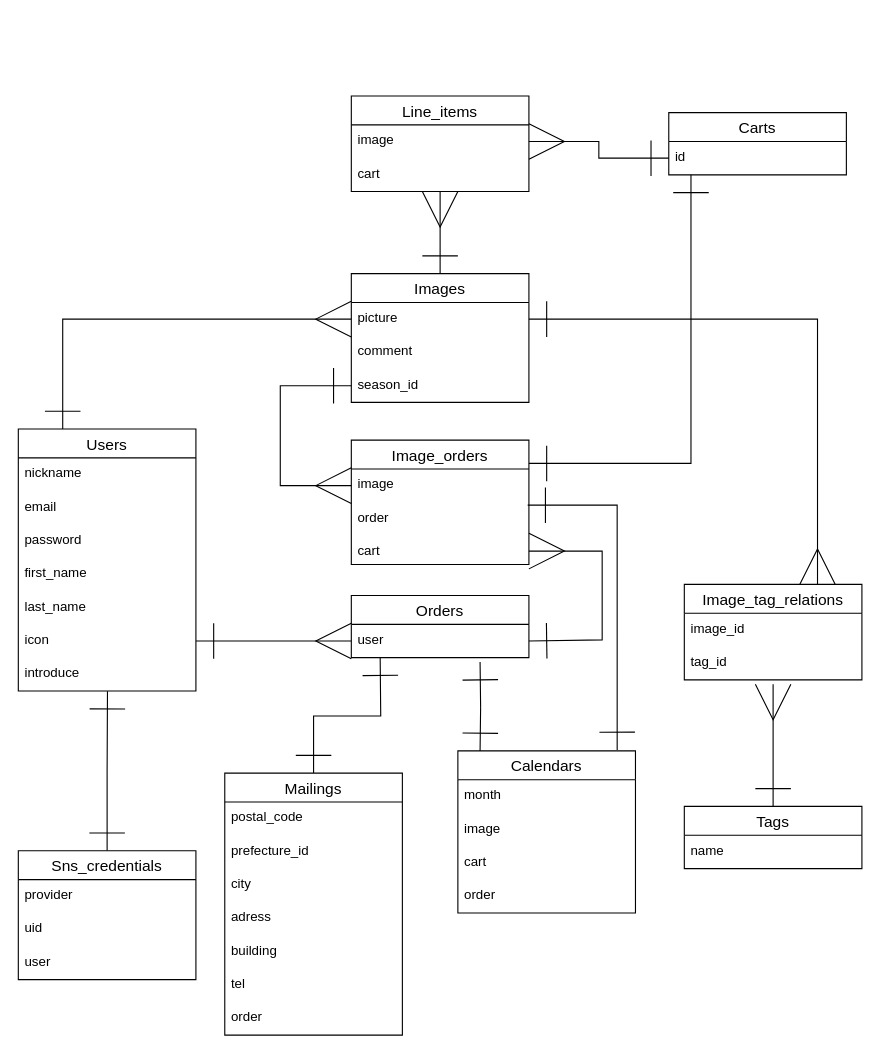
Before: imagecal.dio in phy-homa/imagecal, a draw.io diagram. Source tidied: cells renumbered, new cells numbered last; positions are measured from the earlier drawing's top-left corner, leaving out a move shared by most shapes. Both pictures are drawn from the tidied source at 111%, with x=0, y=0 at pixel (18, 95).
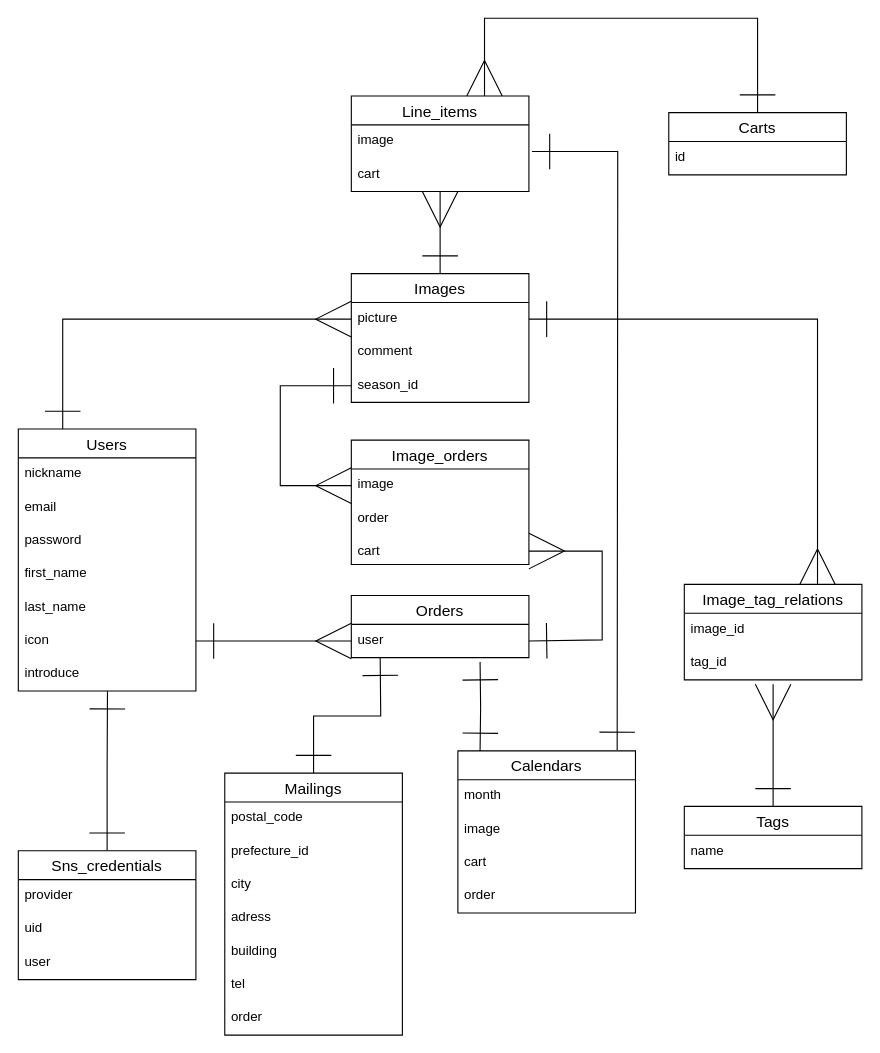
Above is the later version.

The change refers to these unchanged cells:
```xml
<mxCell id="39" value="Line_items" style="swimlane;fontStyle=0;horizontal=1;startSize=26;align=center;fontSize=14;" parent="1" vertex="1">
  <mxGeometry x="300" width="160" height="86" as="geometry" />
</mxCell>
<mxCell id="40" value="image" style="text;strokeColor=none;fillColor=none;spacingLeft=4;spacingRight=4;overflow=hidden;points=[[0,0.5],[1,0.5]];portConstraint=eastwest;fontSize=12;" parent="39" vertex="1">
  <mxGeometry y="26" width="160" height="30" as="geometry" />
</mxCell>
<mxCell id="42" value="Carts" style="swimlane;fontStyle=0;horizontal=1;startSize=26;align=center;fontSize=14;" parent="1" vertex="1">
  <mxGeometry x="586" y="15" width="160" height="56" as="geometry" />
</mxCell>
<mxCell id="43" value="id" style="text;strokeColor=none;fillColor=none;spacingLeft=4;spacingRight=4;overflow=hidden;points=[[0,0.5],[1,0.5]];portConstraint=eastwest;fontSize=12;" parent="42" vertex="1">
  <mxGeometry y="26" width="160" height="30" as="geometry" />
</mxCell>
<mxCell id="48" value="order" style="text;strokeColor=none;fillColor=none;spacingLeft=4;spacingRight=4;overflow=hidden;points=[[0,0.5],[1,0.5]];portConstraint=eastwest;fontSize=12;" parent="46" vertex="1">
  <mxGeometry y="56" width="160" height="30" as="geometry" />
</mxCell>
<mxCell id="53" value="Calendars" style="swimlane;fontStyle=0;horizontal=1;startSize=26;align=center;fontSize=14;" parent="1" vertex="1">
  <mxGeometry x="396" y="590" width="160" height="146" as="geometry" />
</mxCell>
```

The edit, as a diff of the source:
```diff
@@
-    <mxCell id="44" style="edgeStyle=orthogonalEdgeStyle;rounded=0;jettySize=auto;html=1;exitX=1;exitY=0.5;exitDx=0;exitDy=0;endArrow=ERone;endFill=0;entryX=0;entryY=0.5;entryDx=0;entryDy=0;endSize=30;startSize=30;startArrow=ERmany;startFill=0;" parent="1" edge="1" source="40" target="43">
-      <mxGeometry relative="1" as="geometry" />
+    <mxCell id="44" style="edgeStyle=orthogonalEdgeStyle;rounded=0;jettySize=auto;html=1;exitX=0.75;exitY=0;exitDx=0;exitDy=0;endArrow=ERone;endFill=0;entryX=0.5;entryY=0;entryDx=0;entryDy=0;endSize=30;startSize=30;startArrow=ERmany;startFill=0;" parent="1" edge="1" source="39" target="42">
+      <mxGeometry relative="1" as="geometry">
+        <Array as="points">
+          <mxPoint x="420" y="-70" />
+          <mxPoint x="666" y="-70" />
+        </Array>
+      </mxGeometry>
     </mxCell>
@@
-    <mxCell id="58" style="edgeStyle=orthogonalEdgeStyle;rounded=0;orthogonalLoop=1;jettySize=auto;html=1;startArrow=ERone;startFill=0;endArrow=ERone;endFill=0;startSize=30;endSize=30;" parent="1" edge="1">
-      <mxGeometry relative="1" as="geometry">
-        <mxPoint x="460" y="331" as="sourcePoint" />
-        <mxPoint x="606" y="71" as="targetPoint" />
-        <Array as="points">
-          <mxPoint x="606" y="331" />
-        </Array>
-      </mxGeometry>
-    </mxCell>
-    <mxCell id="59" style="edgeStyle=orthogonalEdgeStyle;rounded=0;jettySize=auto;html=1;exitX=0.993;exitY=0.086;exitDx=0;exitDy=0;startArrow=ERone;startFill=0;endArrow=ERone;endFill=0;startSize=30;endSize=30;exitPerimeter=0;entryX=0.897;entryY=-0.006;entryDx=0;entryDy=0;entryPerimeter=0;" parent="1" edge="1" source="48" target="53">
-      <mxGeometry relative="1" as="geometry" />
+    <mxCell id="59" style="edgeStyle=orthogonalEdgeStyle;rounded=0;jettySize=auto;html=1;startArrow=ERone;startFill=0;endArrow=ERone;endFill=0;startSize=30;endSize=30;entryX=0.897;entryY=-0.006;entryDx=0;entryDy=0;entryPerimeter=0;exitX=1.017;exitY=0.8;exitDx=0;exitDy=0;exitPerimeter=0;" parent="1" edge="1" source="40" target="53">
+      <mxGeometry relative="1" as="geometry">
+        <Array as="points">
+          <mxPoint x="540" y="50" />
+          <mxPoint x="540" y="100" />
+        </Array>
+      </mxGeometry>
     </mxCell>
```
